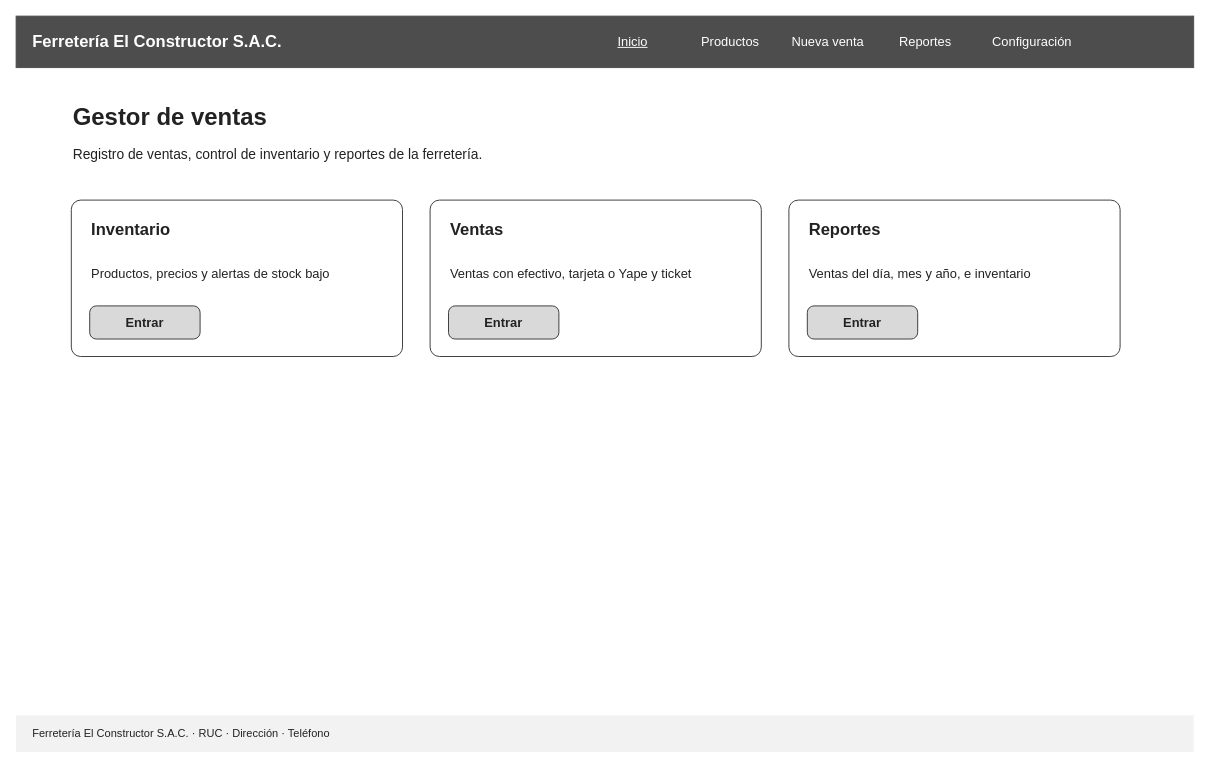
oropezadev-wq/ferreteria-ventas keeps this draw.io diagram as page "Inicio (computadora)" (2 of 17) of docs/bocetos/ferreteria-bocetos.drawio. Above is the earlier version. Source tidied: cells renumbered, new cells numbered last; positions are measured from the earlier drawing's top-left corner, leaving out a move shared by most shapes. Both pictures are drawn from the tidied source at 92%, with x=0, y=0 at pixel (16, 16).
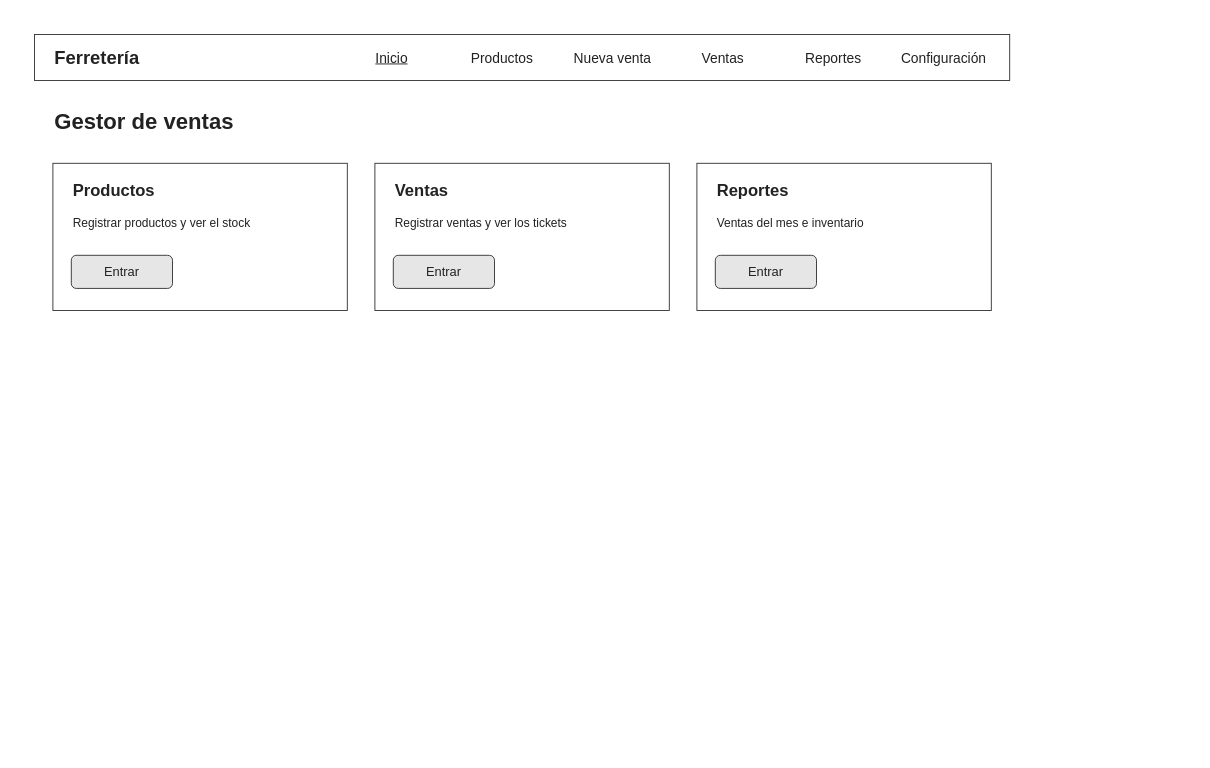
The same diagram, later.

Diff of the diagram source:
```diff
@@
-    <mxCell id="2" value="Ferretería El Constructor S.A.C." style="rounded=0;whiteSpace=wrap;html=1;fillColor=#4D4D4D;strokeColor=#4D4D4D;fontColor=#FFFFFF;fontFamily=Arial;align=left;spacingLeft=16;fontStyle=1;fontSize=18;" parent="1" vertex="1">
-      <mxGeometry width="1280" height="56" as="geometry" />
+    <mxCell id="2" style="rounded=0;whiteSpace=wrap;html=1;fillColor=none;fontFamily=Helvetica;fontColor=#222222;strokeColor=#333333;fontSize=14;" parent="1" vertex="1">
+      <mxGeometry x="20" y="20" width="1060" height="50" as="geometry" />
     </mxCell>
-    <mxCell id="3" value="&lt;u&gt;Inicio&lt;/u&gt;" style="text;html=1;align=center;verticalAlign=middle;fontFamily=Arial;fontColor=#FFFFFF;fontSize=14;" parent="1" vertex="1">
-      <mxGeometry x="620" y="12" width="100" height="32" as="geometry" />
+    <mxCell id="3" value="Ferretería" style="text;html=1;align=left;verticalAlign=middle;whiteSpace=wrap;fontFamily=Helvetica;fontColor=#222222;fontStyle=1;fontSize=20;" parent="1" vertex="1">
+      <mxGeometry x="40" y="25" width="300" height="40" as="geometry" />
     </mxCell>
-    <mxCell id="4" value="Productos" style="text;html=1;align=center;verticalAlign=middle;fontFamily=Arial;fontColor=#FFFFFF;fontSize=14;" parent="1" vertex="1">
-      <mxGeometry x="726" y="12" width="100" height="32" as="geometry" />
+    <mxCell id="4" value="&lt;u&gt;Inicio&lt;/u&gt;" style="text;html=1;align=center;verticalAlign=middle;fontFamily=Helvetica;fontColor=#222222;fontSize=15;" parent="1" vertex="1">
+      <mxGeometry x="350" y="30" width="116" height="30" as="geometry" />
     </mxCell>
-    <mxCell id="5" value="Nueva venta" style="text;html=1;align=center;verticalAlign=middle;fontFamily=Arial;fontColor=#FFFFFF;fontSize=14;" parent="1" vertex="1">
-      <mxGeometry x="832" y="12" width="100" height="32" as="geometry" />
+    <mxCell id="5" value="Productos" style="text;html=1;align=center;verticalAlign=middle;fontFamily=Helvetica;fontColor=#222222;fontSize=15;" parent="1" vertex="1">
+      <mxGeometry x="470" y="30" width="116" height="30" as="geometry" />
     </mxCell>
-    <mxCell id="6" value="Reportes" style="text;html=1;align=center;verticalAlign=middle;fontFamily=Arial;fontColor=#FFFFFF;fontSize=14;" parent="1" vertex="1">
-      <mxGeometry x="938" y="12" width="100" height="32" as="geometry" />
+    <mxCell id="6" value="Nueva venta" style="text;html=1;align=center;verticalAlign=middle;fontFamily=Helvetica;fontColor=#222222;fontSize=15;" parent="1" vertex="1">
+      <mxGeometry x="590" y="30" width="116" height="30" as="geometry" />
     </mxCell>
-    <mxCell id="7" value="Configuración" style="text;html=1;align=center;verticalAlign=middle;fontFamily=Arial;fontColor=#FFFFFF;fontSize=14;" parent="1" vertex="1">
-      <mxGeometry x="1044" y="12" width="120" height="32" as="geometry" />
+    <mxCell id="7" value="Ventas" style="text;html=1;align=center;verticalAlign=middle;fontFamily=Helvetica;fontColor=#222222;fontSize=15;" parent="1" vertex="1">
+      <mxGeometry x="710" y="30" width="116" height="30" as="geometry" />
     </mxCell>
-    <mxCell id="8" value="Ferretería El Constructor S.A.C. · RUC · Dirección · Teléfono" style="text;html=1;align=left;verticalAlign=middle;whiteSpace=wrap;fontFamily=Arial;fontColor=#222222;fillColor=#F2F2F2;spacingLeft=16;fontSize=12;" parent="1" vertex="1">
-      <mxGeometry y="760" width="1280" height="40" as="geometry" />
+    <mxCell id="8" value="Reportes" style="text;html=1;align=center;verticalAlign=middle;fontFamily=Helvetica;fontColor=#222222;fontSize=15;" parent="1" vertex="1">
+      <mxGeometry x="830" y="30" width="116" height="30" as="geometry" />
     </mxCell>
-    <mxCell id="9" value="Gestor de ventas" style="text;html=1;align=left;verticalAlign=middle;whiteSpace=wrap;fontFamily=Arial;fontColor=#222222;fontStyle=1;fontSize=26;" parent="1" vertex="1">
-      <mxGeometry x="60" y="90" width="600" height="40" as="geometry" />
+    <mxCell id="9" value="Configuración" style="text;html=1;align=center;verticalAlign=middle;fontFamily=Helvetica;fontColor=#222222;fontSize=15;" parent="1" vertex="1">
+      <mxGeometry x="950" y="30" width="116" height="30" as="geometry" />
     </mxCell>
-    <mxCell id="10" value="Registro de ventas, control de inventario y reportes de la ferretería." style="text;html=1;align=left;verticalAlign=middle;whiteSpace=wrap;fontFamily=Arial;fontColor=#222222;fontSize=15;" parent="1" vertex="1">
-      <mxGeometry x="60" y="135" width="900" height="30" as="geometry" />
+    <mxCell id="10" value="Gestor de ventas" style="text;html=1;align=left;verticalAlign=middle;whiteSpace=wrap;fontFamily=Helvetica;fontColor=#222222;fontStyle=1;fontSize=24;" parent="1" vertex="1">
+      <mxGeometry x="40" y="95" width="500" height="40" as="geometry" />
     </mxCell>
-    <mxCell id="11" style="rounded=1;arcSize=6;whiteSpace=wrap;html=1;fillColor=#FFFFFF;strokeColor=#333333;fontFamily=Arial;fontColor=#222222;fontSize=14;" parent="1" vertex="1">
-      <mxGeometry x="60" y="200" width="360" height="170" as="geometry" />
+    <mxCell id="11" style="rounded=0;whiteSpace=wrap;html=1;fillColor=none;fontFamily=Helvetica;fontColor=#222222;strokeColor=#333333;fontSize=14;" parent="1" vertex="1">
+      <mxGeometry x="40" y="160" width="320" height="160" as="geometry" />
     </mxCell>
-    <mxCell id="12" value="Inventario" style="text;html=1;align=left;verticalAlign=middle;whiteSpace=wrap;fontFamily=Arial;fontColor=#222222;fontStyle=1;fontSize=18;" parent="1" vertex="1">
-      <mxGeometry x="80" y="215" width="320" height="34" as="geometry" />
+    <mxCell id="12" value="Productos" style="text;html=1;align=left;verticalAlign=middle;whiteSpace=wrap;fontFamily=Helvetica;fontColor=#222222;fontStyle=1;fontSize=18;" parent="1" vertex="1">
+      <mxGeometry x="60" y="175" width="280" height="30" as="geometry" />
     </mxCell>
-    <mxCell id="13" value="Productos, precios y alertas de stock bajo" style="text;html=1;align=left;verticalAlign=middle;whiteSpace=wrap;fontFamily=Arial;fontColor=#222222;fontSize=14;" parent="1" vertex="1">
-      <mxGeometry x="80" y="255" width="320" height="50" as="geometry" />
+    <mxCell id="13" value="Registrar productos y ver el stock" style="text;html=1;align=left;verticalAlign=middle;whiteSpace=wrap;fontFamily=Helvetica;fontColor=#222222;fontSize=13;" parent="1" vertex="1">
+      <mxGeometry x="60" y="210" width="280" height="30" as="geometry" />
     </mxCell>
-    <mxCell id="14" value="Entrar" style="rounded=1;arcSize=20;whiteSpace=wrap;html=1;fillColor=#D9D9D9;fontStyle=1;strokeColor=#333333;fontFamily=Arial;fontColor=#222222;fontSize=14;" parent="1" vertex="1">
-      <mxGeometry x="80" y="315" width="120" height="36" as="geometry" />
+    <mxCell id="14" value="Entrar" style="rounded=1;whiteSpace=wrap;html=1;fillColor=#E6E6E6;fontFamily=Helvetica;fontColor=#222222;strokeColor=#333333;fontSize=14;" parent="1" vertex="1">
+      <mxGeometry x="60" y="260" width="110" height="36" as="geometry" />
     </mxCell>
-    <mxCell id="15" style="rounded=1;arcSize=6;whiteSpace=wrap;html=1;fillColor=#FFFFFF;strokeColor=#333333;fontFamily=Arial;fontColor=#222222;fontSize=14;" parent="1" vertex="1">
-      <mxGeometry x="450" y="200" width="360" height="170" as="geometry" />
+    <mxCell id="15" style="rounded=0;whiteSpace=wrap;html=1;fillColor=none;fontFamily=Helvetica;fontColor=#222222;strokeColor=#333333;fontSize=14;" parent="1" vertex="1">
+      <mxGeometry x="390" y="160" width="320" height="160" as="geometry" />
     </mxCell>
-    <mxCell id="16" value="Ventas" style="text;html=1;align=left;verticalAlign=middle;whiteSpace=wrap;fontFamily=Arial;fontColor=#222222;fontStyle=1;fontSize=18;" parent="1" vertex="1">
-      <mxGeometry x="470" y="215" width="320" height="34" as="geometry" />
+    <mxCell id="16" value="Ventas" style="text;html=1;align=left;verticalAlign=middle;whiteSpace=wrap;fontFamily=Helvetica;fontColor=#222222;fontStyle=1;fontSize=18;" parent="1" vertex="1">
+      <mxGeometry x="410" y="175" width="280" height="30" as="geometry" />
     </mxCell>
-    <mxCell id="17" value="Ventas con efectivo, tarjeta o Yape y ticket" style="text;html=1;align=left;verticalAlign=middle;whiteSpace=wrap;fontFamily=Arial;fontColor=#222222;fontSize=14;" parent="1" vertex="1">
-      <mxGeometry x="470" y="255" width="320" height="50" as="geometry" />
+    <mxCell id="17" value="Registrar ventas y ver los tickets" style="text;html=1;align=left;verticalAlign=middle;whiteSpace=wrap;fontFamily=Helvetica;fontColor=#222222;fontSize=13;" parent="1" vertex="1">
+      <mxGeometry x="410" y="210" width="280" height="30" as="geometry" />
     </mxCell>
-    <mxCell id="18" value="Entrar" style="rounded=1;arcSize=20;whiteSpace=wrap;html=1;fillColor=#D9D9D9;fontStyle=1;strokeColor=#333333;fontFamily=Arial;fontColor=#222222;fontSize=14;" parent="1" vertex="1">
-      <mxGeometry x="470" y="315" width="120" height="36" as="geometry" />
+    <mxCell id="18" value="Entrar" style="rounded=1;whiteSpace=wrap;html=1;fillColor=#E6E6E6;fontFamily=Helvetica;fontColor=#222222;strokeColor=#333333;fontSize=14;" parent="1" vertex="1">
+      <mxGeometry x="410" y="260" width="110" height="36" as="geometry" />
     </mxCell>
-    <mxCell id="19" style="rounded=1;arcSize=6;whiteSpace=wrap;html=1;fillColor=#FFFFFF;strokeColor=#333333;fontFamily=Arial;fontColor=#222222;fontSize=14;" parent="1" vertex="1">
-      <mxGeometry x="840" y="200" width="360" height="170" as="geometry" />
+    <mxCell id="19" style="rounded=0;whiteSpace=wrap;html=1;fillColor=none;fontFamily=Helvetica;fontColor=#222222;strokeColor=#333333;fontSize=14;" parent="1" vertex="1">
+      <mxGeometry x="740" y="160" width="320" height="160" as="geometry" />
     </mxCell>
-    <mxCell id="20" value="Reportes" style="text;html=1;align=left;verticalAlign=middle;whiteSpace=wrap;fontFamily=Arial;fontColor=#222222;fontStyle=1;fontSize=18;" parent="1" vertex="1">
-      <mxGeometry x="860" y="215" width="320" height="34" as="geometry" />
+    <mxCell id="20" value="Reportes" style="text;html=1;align=left;verticalAlign=middle;whiteSpace=wrap;fontFamily=Helvetica;fontColor=#222222;fontStyle=1;fontSize=18;" parent="1" vertex="1">
+      <mxGeometry x="760" y="175" width="280" height="30" as="geometry" />
     </mxCell>
-    <mxCell id="21" value="Ventas del día, mes y año, e inventario" style="text;html=1;align=left;verticalAlign=middle;whiteSpace=wrap;fontFamily=Arial;fontColor=#222222;fontSize=14;" parent="1" vertex="1">
-      <mxGeometry x="860" y="255" width="320" height="50" as="geometry" />
+    <mxCell id="21" value="Ventas del mes e inventario" style="text;html=1;align=left;verticalAlign=middle;whiteSpace=wrap;fontFamily=Helvetica;fontColor=#222222;fontSize=13;" parent="1" vertex="1">
+      <mxGeometry x="760" y="210" width="280" height="30" as="geometry" />
     </mxCell>
-    <mxCell id="22" value="Entrar" style="rounded=1;arcSize=20;whiteSpace=wrap;html=1;fillColor=#D9D9D9;fontStyle=1;strokeColor=#333333;fontFamily=Arial;fontColor=#222222;fontSize=14;" parent="1" vertex="1">
-      <mxGeometry x="860" y="315" width="120" height="36" as="geometry" />
+    <mxCell id="22" value="Entrar" style="rounded=1;whiteSpace=wrap;html=1;fillColor=#E6E6E6;fontFamily=Helvetica;fontColor=#222222;strokeColor=#333333;fontSize=14;" parent="1" vertex="1">
+      <mxGeometry x="760" y="260" width="110" height="36" as="geometry" />
     </mxCell>
```
